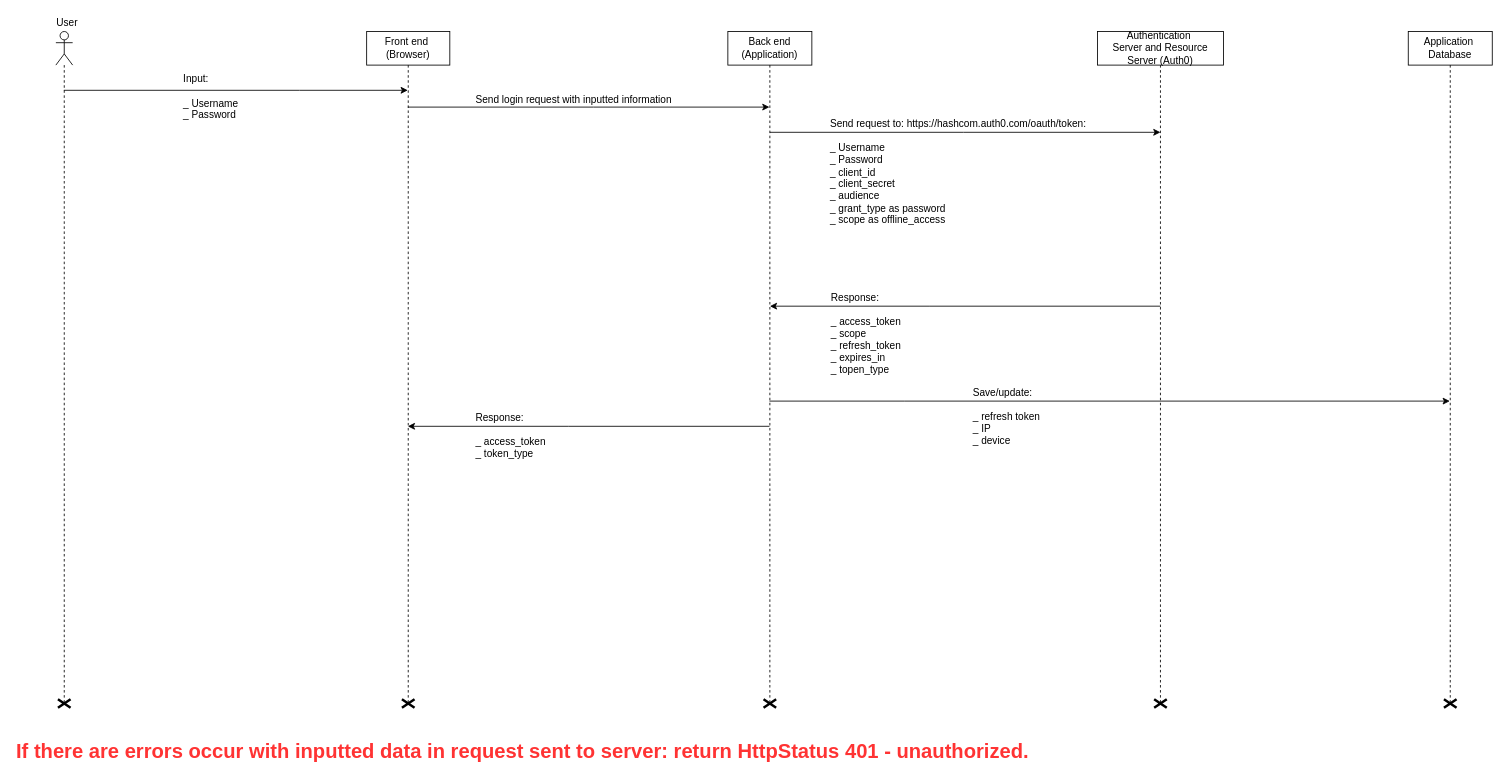
The draw.io diagram delete-user.drawio in quocq6hcm/HeHeHe, before the edit. Source tidied: cells renumbered, new cells numbered last; positions are measured from the earlier drawing's top-left corner, leaving out a move shared by most shapes. Both pictures are drawn from the tidied source at 84%, with x=0, y=0 at pixel (14, 14).
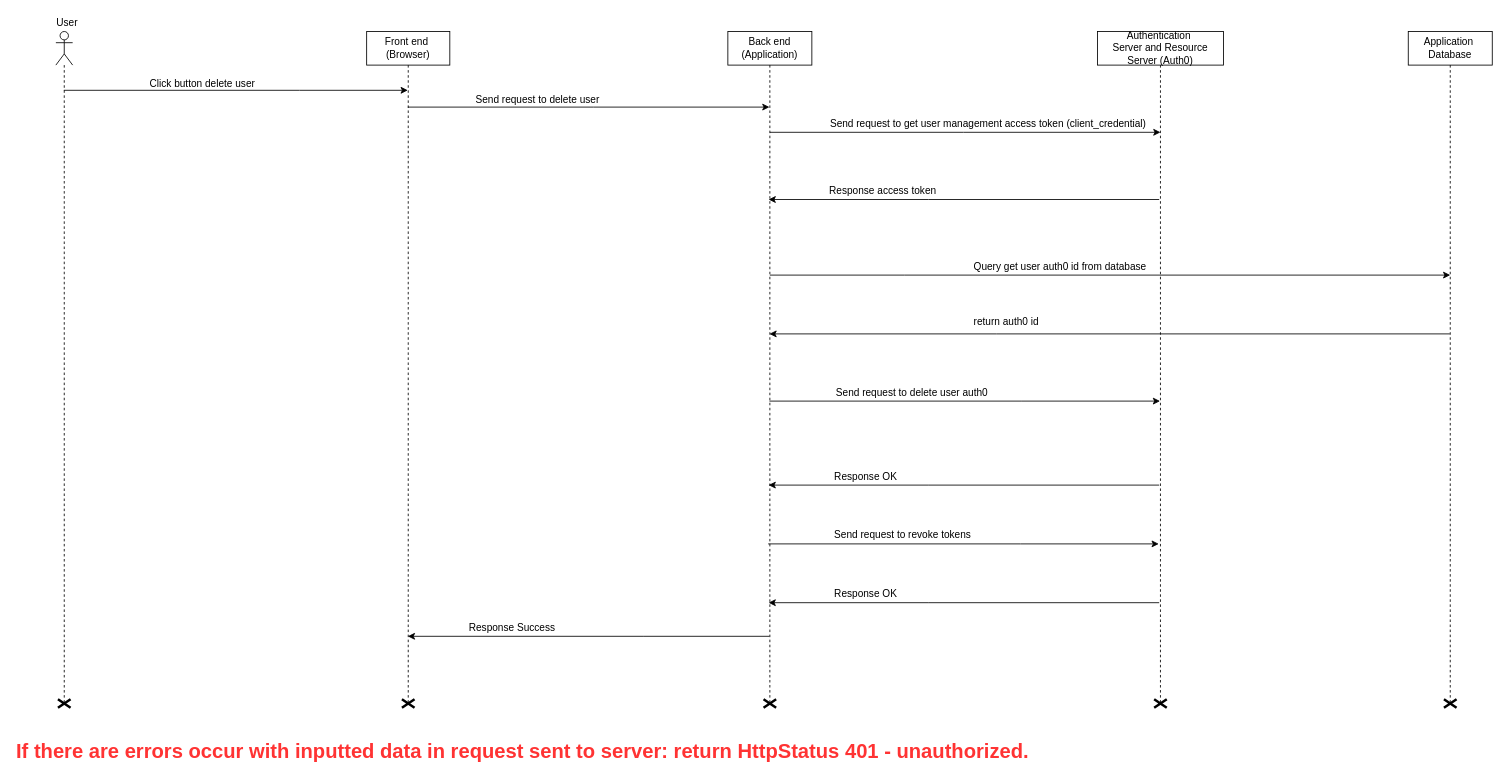
The same page after the edit.

The change refers to these unchanged cells:
```xml
<mxCell id="3" value="Front end&amp;nbsp;&lt;br&gt;(Browser)&lt;br&gt;" style="shape=umlLifeline;perimeter=lifelinePerimeter;whiteSpace=wrap;html=1;outlineConnect=0;" parent="1" vertex="1">
  <mxGeometry x="419" y="20" width="99" height="800" as="geometry" />
</mxCell>
<mxCell id="5" value="Authentication&amp;nbsp;&lt;br&gt;Server and Resource Server (Auth0)&lt;br&gt;" style="shape=umlLifeline;perimeter=lifelinePerimeter;whiteSpace=wrap;html=1;outlineConnect=0;" parent="1" vertex="1">
  <mxGeometry x="1289" y="20" width="150" height="800" as="geometry" />
</mxCell>
<mxCell id="9" value="Back end&lt;br&gt;(Application)&lt;br&gt;" style="shape=umlLifeline;perimeter=lifelinePerimeter;whiteSpace=wrap;html=1;outlineConnect=0;" parent="1" vertex="1">
  <mxGeometry x="849" y="20" width="100" height="800" as="geometry" />
</mxCell>
<mxCell id="17" value="Application&amp;nbsp;&lt;br&gt;Database&lt;br&gt;" style="shape=umlLifeline;perimeter=lifelinePerimeter;whiteSpace=wrap;html=1;outlineConnect=0;" parent="1" vertex="1">
  <mxGeometry x="1659" y="20" width="100" height="800" as="geometry" />
</mxCell>
```

Change to the diagram source:
```diff
@@
     <mxCell id="4" style="edgeStyle=orthogonalEdgeStyle;rounded=0;orthogonalLoop=1;jettySize=auto;html=1;" parent="1" edge="1">
       <mxGeometry relative="1" as="geometry">
-        <mxPoint x="1364" y="347" as="sourcePoint" />
-        <mxPoint x="899" y="347" as="targetPoint" />
+        <mxPoint x="1362.5" y="220" as="sourcePoint" />
+        <mxPoint x="897.5" y="220" as="targetPoint" />
         <Array as="points">
-          <mxPoint x="1089.5" y="347" />
-          <mxPoint x="1089.5" y="347" />
+          <mxPoint x="1088" y="220" />
+          <mxPoint x="1088" y="220" />
         </Array>
       </mxGeometry>
     </mxCell>
@@
-    <mxCell id="8" style="edgeStyle=orthogonalEdgeStyle;rounded=0;jettySize=auto;html=1;" parent="1" edge="1" source="9" target="17">
+    <mxCell id="8" style="edgeStyle=orthogonalEdgeStyle;rounded=0;orthogonalLoop=1;jettySize=auto;html=1;" parent="1" edge="1">
       <mxGeometry relative="1" as="geometry">
+        <mxPoint x="899" y="310" as="sourcePoint" />
+        <mxPoint x="1709" y="310" as="targetPoint" />
         <Array as="points">
-          <mxPoint x="1059" y="460" />
-          <mxPoint x="1059" y="460" />
+          <mxPoint x="1059.5" y="310" />
+          <mxPoint x="1059.5" y="310" />
         </Array>
       </mxGeometry>
     </mxCell>
+    <mxCell id="26" style="edgeStyle=orthogonalEdgeStyle;rounded=0;jettySize=auto;html=1;" parent="1" edge="1" source="9" target="5">
+      <mxGeometry relative="1" as="geometry">
+        <Array as="points">
+          <mxPoint x="1199" y="460" />
+          <mxPoint x="1199" y="460" />
+        </Array>
+      </mxGeometry>
+    </mxCell>
@@
-    <mxCell id="10" value="Input:&amp;nbsp;&lt;br&gt;&lt;br&gt;_ Username&lt;br&gt;_ Password&lt;br&gt;&lt;br&gt;" style="text;html=1;align=left;verticalAlign=top;spacingTop=-4;" parent="1" vertex="1">
-      <mxGeometry x="199" y="67" width="80" height="70" as="geometry" />
+    <mxCell id="10" value="Click button delete user" style="text;html=1;align=left;verticalAlign=top;spacingTop=-4;" parent="1" vertex="1">
+      <mxGeometry x="159" y="72" width="140" height="20" as="geometry" />
     </mxCell>
-    <mxCell id="11" value="Send login request with inputted information&lt;br&gt;" style="text;html=1;align=left;verticalAlign=top;spacingTop=-4;" parent="1" vertex="1">
-      <mxGeometry x="547" y="92" width="250" height="20" as="geometry" />
+    <mxCell id="11" value="Send request to delete user&amp;nbsp;&lt;br&gt;" style="text;html=1;align=left;verticalAlign=top;spacingTop=-4;" parent="1" vertex="1">
+      <mxGeometry x="547" y="92" width="170" height="20" as="geometry" />
     </mxCell>
-    <mxCell id="12" value="Response:&lt;br&gt;&lt;br&gt;_ access_token&lt;br&gt;_ scope&lt;br&gt;_ refresh_token&lt;br&gt;_ expires_in&lt;br&gt;_ topen_type&lt;br&gt;" style="text;html=1;align=left;verticalAlign=top;spacingTop=-4;" parent="1" vertex="1">
-      <mxGeometry x="969.5" y="327" width="100" height="100" as="geometry" />
+    <mxCell id="12" value="Response access token&lt;br&gt;" style="text;html=1;align=left;verticalAlign=top;spacingTop=-4;" parent="1" vertex="1">
+      <mxGeometry x="968" y="200" width="140" height="20" as="geometry" />
     </mxCell>
@@
-    <mxCell id="16" value="Send request to:&amp;nbsp;&lt;span&gt;https://hashcom.auth0.com/oauth/token: &lt;br&gt;&lt;/span&gt;&lt;br&gt;_ Username&lt;br&gt;_ Password&lt;br&gt;_&amp;nbsp;client_id&lt;br&gt;_ client_secret&lt;br&gt;_ audience&lt;br&gt;_ grant_type as password&lt;br&gt;_ scope as&amp;nbsp;offline_access&lt;br&gt;" style="text;html=1;align=left;verticalAlign=top;spacingTop=-4;" parent="1" vertex="1">
-      <mxGeometry x="968.5" y="120" width="320" height="130" as="geometry" />
+    <mxCell id="16" value="Send request to get user management access token (client_credential)&lt;br&gt;" style="text;html=1;align=left;verticalAlign=top;spacingTop=-4;" parent="1" vertex="1">
+      <mxGeometry x="968.5" y="120" width="390" height="20" as="geometry" />
     </mxCell>
+    <mxCell id="27" style="edgeStyle=orthogonalEdgeStyle;rounded=0;jettySize=auto;html=1;" parent="1" edge="1" source="17" target="9">
+      <mxGeometry relative="1" as="geometry">
+        <Array as="points">
+          <mxPoint x="1169" y="380" />
+          <mxPoint x="1169" y="380" />
+        </Array>
+      </mxGeometry>
+    </mxCell>
@@
-    <mxCell id="18" value="Save/update:&lt;br&gt;&lt;br&gt;_ refresh token&amp;nbsp;&lt;br&gt;_ IP&lt;br&gt;_ device&lt;br&gt;" style="text;html=1;align=left;verticalAlign=top;spacingTop=-4;" parent="1" vertex="1">
-      <mxGeometry x="1139" y="440" width="100" height="70" as="geometry" />
+    <mxCell id="18" value="Query get user auth0 id from database" style="text;html=1;align=left;verticalAlign=top;spacingTop=-4;" parent="1" vertex="1">
+      <mxGeometry x="1139.5" y="290" width="220" height="20" as="geometry" />
     </mxCell>
@@
-    <mxCell id="20" value="Response:&lt;br&gt;&lt;br&gt;_ access_token&lt;br&gt;_ token_type&lt;br&gt;" style="text;html=1;align=left;verticalAlign=top;spacingTop=-4;" parent="1" vertex="1">
-      <mxGeometry x="547" y="470" width="100" height="60" as="geometry" />
+    <mxCell id="20" value="Response Success&lt;br&gt;" style="text;html=1;align=left;verticalAlign=top;spacingTop=-4;" parent="1" vertex="1">
+      <mxGeometry x="539" y="720" width="120" height="20" as="geometry" />
     </mxCell>
     <mxCell id="21" style="edgeStyle=orthogonalEdgeStyle;rounded=0;jettySize=auto;html=1;" parent="1" edge="1" source="9" target="3">
       <mxGeometry relative="1" as="geometry">
         <Array as="points">
-          <mxPoint x="659" y="490" />
-          <mxPoint x="659" y="490" />
+          <mxPoint x="749" y="740" />
+          <mxPoint x="749" y="740" />
         </Array>
       </mxGeometry>
     </mxCell>
@@
+    <mxCell id="28" value="return auth0 id" style="text;html=1;align=left;verticalAlign=top;spacingTop=-4;" parent="1" vertex="1">
+      <mxGeometry x="1139.5" y="356" width="90" height="20" as="geometry" />
+    </mxCell>
+    <mxCell id="29" value="Send request to delete user auth0" style="text;html=1;align=left;verticalAlign=top;spacingTop=-4;" parent="1" vertex="1">
+      <mxGeometry x="975.5" y="440" width="200" height="20" as="geometry" />
+    </mxCell>
+    <mxCell id="30" style="edgeStyle=orthogonalEdgeStyle;rounded=0;orthogonalLoop=1;jettySize=auto;html=1;" parent="1" edge="1">
+      <mxGeometry relative="1" as="geometry">
+        <mxPoint x="1362.5" y="560" as="sourcePoint" />
+        <mxPoint x="897.5" y="560" as="targetPoint" />
+        <Array as="points">
+          <mxPoint x="1087.5" y="560" />
+          <mxPoint x="1087.5" y="560" />
+        </Array>
+      </mxGeometry>
+    </mxCell>
+    <mxCell id="31" value="Response OK&lt;br&gt;" style="text;html=1;align=left;verticalAlign=top;spacingTop=-4;" parent="1" vertex="1">
+      <mxGeometry x="974" y="540" width="90" height="20" as="geometry" />
+    </mxCell>
+    <mxCell id="32" style="edgeStyle=orthogonalEdgeStyle;rounded=0;orthogonalLoop=1;jettySize=auto;html=1;" parent="1" edge="1">
+      <mxGeometry relative="1" as="geometry">
+        <mxPoint x="897" y="630" as="sourcePoint" />
+        <mxPoint x="1362" y="630" as="targetPoint" />
+        <Array as="points">
+          <mxPoint x="1197.5" y="630" />
+          <mxPoint x="1197.5" y="630" />
+        </Array>
+      </mxGeometry>
+    </mxCell>
+    <mxCell id="33" value="Send request to revoke tokens" style="text;html=1;align=left;verticalAlign=top;spacingTop=-4;" parent="1" vertex="1">
+      <mxGeometry x="974" y="610" width="180" height="20" as="geometry" />
+    </mxCell>
+    <mxCell id="34" style="edgeStyle=orthogonalEdgeStyle;rounded=0;orthogonalLoop=1;jettySize=auto;html=1;" parent="1" edge="1">
+      <mxGeometry relative="1" as="geometry">
+        <mxPoint x="1362.5" y="700" as="sourcePoint" />
+        <mxPoint x="897.5" y="700" as="targetPoint" />
+        <Array as="points">
+          <mxPoint x="1087.5" y="700" />
+          <mxPoint x="1087.5" y="700" />
+        </Array>
+      </mxGeometry>
+    </mxCell>
+    <mxCell id="35" value="Response OK&lt;br&gt;" style="text;html=1;align=left;verticalAlign=top;spacingTop=-4;" parent="1" vertex="1">
+      <mxGeometry x="974" y="680" width="90" height="20" as="geometry" />
+    </mxCell>
```
